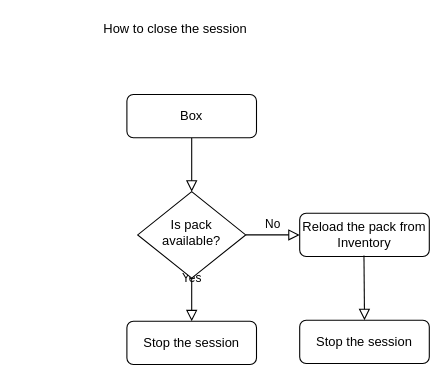
This is Untitled Diagram.drawio from Usha1206/FlowCharts, a draw.io file, before an edit. Source tidied: cells renumbered, new cells numbered last; positions are measured from the earlier drawing's top-left corner, leaving out a move shared by most shapes. Both pictures are drawn from the tidied source at 108%, with x=0, y=0 at pixel (18, 18).
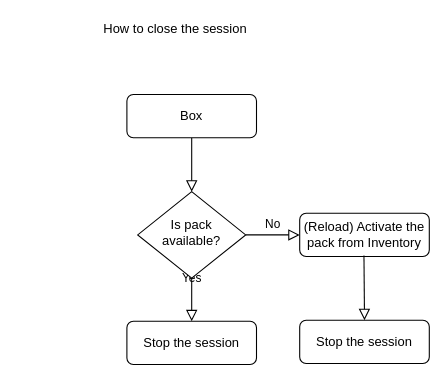
After the change.

Diff of the diagram source:
```diff
@@
 <mxGraphModel>
   <root>
     <mxCell id="0" />
     <mxCell id="1" parent="0" />
     <mxCell id="2" style="rounded=0;html=1;jettySize=auto;fontSize=11;endArrow=block;endFill=0;endSize=8;strokeWidth=1;shadow=0;labelBackgroundColor=none;edgeStyle=orthogonalEdgeStyle;" parent="1" edge="1" source="3" target="6">
       <mxGeometry relative="1" as="geometry" />
     </mxCell>
     <mxCell id="3" value="Box" style="rounded=1;whiteSpace=wrap;html=1;fontSize=12;glass=0;strokeWidth=1;shadow=0;" parent="1" vertex="1">
       <mxGeometry x="100" y="70" width="120" height="40" as="geometry" />
     </mxCell>
     <mxCell id="4" value="Yes" style="rounded=0;html=1;jettySize=auto;fontSize=11;endArrow=block;endFill=0;endSize=8;strokeWidth=1;shadow=0;labelBackgroundColor=none;edgeStyle=orthogonalEdgeStyle;" parent="1" edge="1" source="6">
       <mxGeometry y="20" relative="1" as="geometry">
         <mxPoint x="160" y="280" as="targetPoint" />
       </mxGeometry>
     </mxCell>
     <mxCell id="5" value="No" style="edgeStyle=orthogonalEdgeStyle;rounded=0;html=1;jettySize=auto;fontSize=11;endArrow=block;endFill=0;endSize=8;strokeWidth=1;shadow=0;labelBackgroundColor=none;" parent="1" edge="1" source="6" target="7">
       <mxGeometry y="10" relative="1" as="geometry" />
     </mxCell>
     <mxCell id="6" value="Is pack available?" style="rhombus;whiteSpace=wrap;html=1;shadow=0;fontFamily=Helvetica;fontSize=12;align=center;strokeWidth=1;spacing=6;spacingTop=-4;" parent="1" vertex="1">
       <mxGeometry x="110" y="160" width="100" height="80" as="geometry" />
     </mxCell>
-    <mxCell id="7" value="Reload the pack from Inventory" style="rounded=1;whiteSpace=wrap;html=1;fontSize=12;glass=0;strokeWidth=1;shadow=0;" parent="1" vertex="1">
+    <mxCell id="7" value="(Reload) Activate the pack from Inventory" style="rounded=1;whiteSpace=wrap;html=1;fontSize=12;glass=0;strokeWidth=1;shadow=0;" parent="1" vertex="1">
       <mxGeometry x="260" y="180" width="120" height="40" as="geometry" />
     </mxCell>
     <mxCell id="8" value="How to close the session" style="text;html=1;strokeColor=none;fillColor=none;align=center;verticalAlign=middle;whiteSpace=wrap;rounded=0;" parent="1" vertex="1">
       <mxGeometry width="290" height="20" as="geometry" />
     </mxCell>
     <mxCell id="9" value="Stop the session" style="rounded=1;whiteSpace=wrap;html=1;fontSize=12;glass=0;strokeWidth=1;shadow=0;" parent="1" vertex="1">
       <mxGeometry x="100" y="280" width="120" height="40" as="geometry" />
     </mxCell>
     <mxCell id="10" value="Stop the session" style="rounded=1;whiteSpace=wrap;html=1;fontSize=12;glass=0;strokeWidth=1;shadow=0;" parent="1" vertex="1">
       <mxGeometry x="260" y="279" width="120" height="40" as="geometry" />
     </mxCell>
     <mxCell id="11" style="rounded=0;html=1;jettySize=auto;fontSize=11;endArrow=block;endFill=0;endSize=8;strokeWidth=1;shadow=0;labelBackgroundColor=none;edgeStyle=orthogonalEdgeStyle;entryX=0.5;entryY=0;entryDx=0;entryDy=0;" parent="1" edge="1" target="10">
       <mxGeometry relative="1" as="geometry">
         <mxPoint x="319.5" y="219" as="sourcePoint" />
       </mxGeometry>
     </mxCell>
   </root>
 </mxGraphModel>
```
